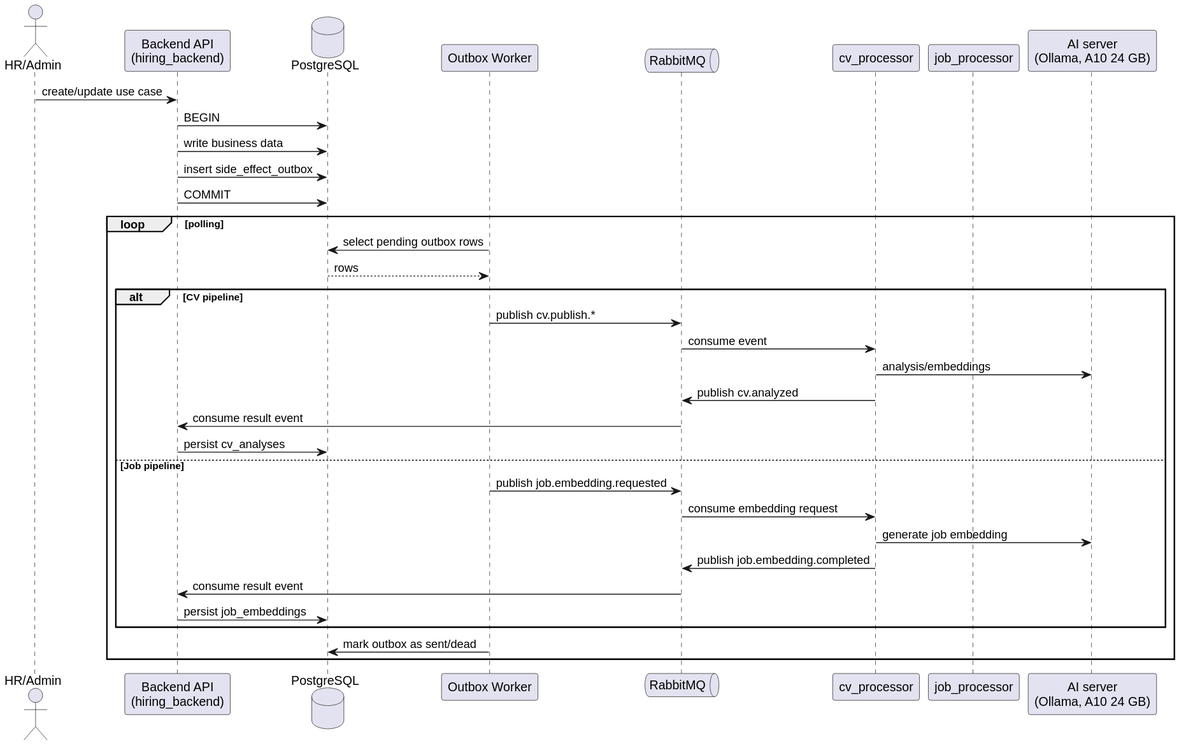
Earlier version of the PlantUML export procesy/architecture/seq-outbox-rabbitmq-ai.svg (pavelvachaaa/diploma-thesis). Its diagram source:
```plantuml
@startuml
skinparam backgroundColor white
skinparam shadowing false
skinparam defaultFontName Arial

actor "HR/Admin" as user
participant "Backend API\n(hiring_backend)" as api
database "PostgreSQL" as db
participant "Outbox Worker" as worker
queue "RabbitMQ" as mq
participant "cv_processor" as cv
participant "job_processor" as job
participant "AI server\n(Ollama, A10 24 GB)" as ollama

user -> api: create/update use case
api -> db: BEGIN
api -> db: write business data
api -> db: insert side_effect_outbox
api -> db: COMMIT

loop polling
  worker -> db: select pending outbox rows
  db --> worker: rows
  alt CV pipeline
    worker -> mq: publish cv.publish.*
    mq -> cv: consume event
    cv -> ollama: analysis/embeddings
    cv -> mq: publish cv.analyzed
    mq -> api: consume result event
    api -> db: persist cv_analyses
  else Job pipeline
    worker -> mq: publish job.embedding.requested
    mq -> cv: consume embedding request
    cv -> ollama: generate job embedding
    cv -> mq: publish job.embedding.completed
    mq -> api: consume result event
    api -> db: persist job_embeddings
  end
  worker -> db: mark outbox as sent/dead
end
@enduml
```
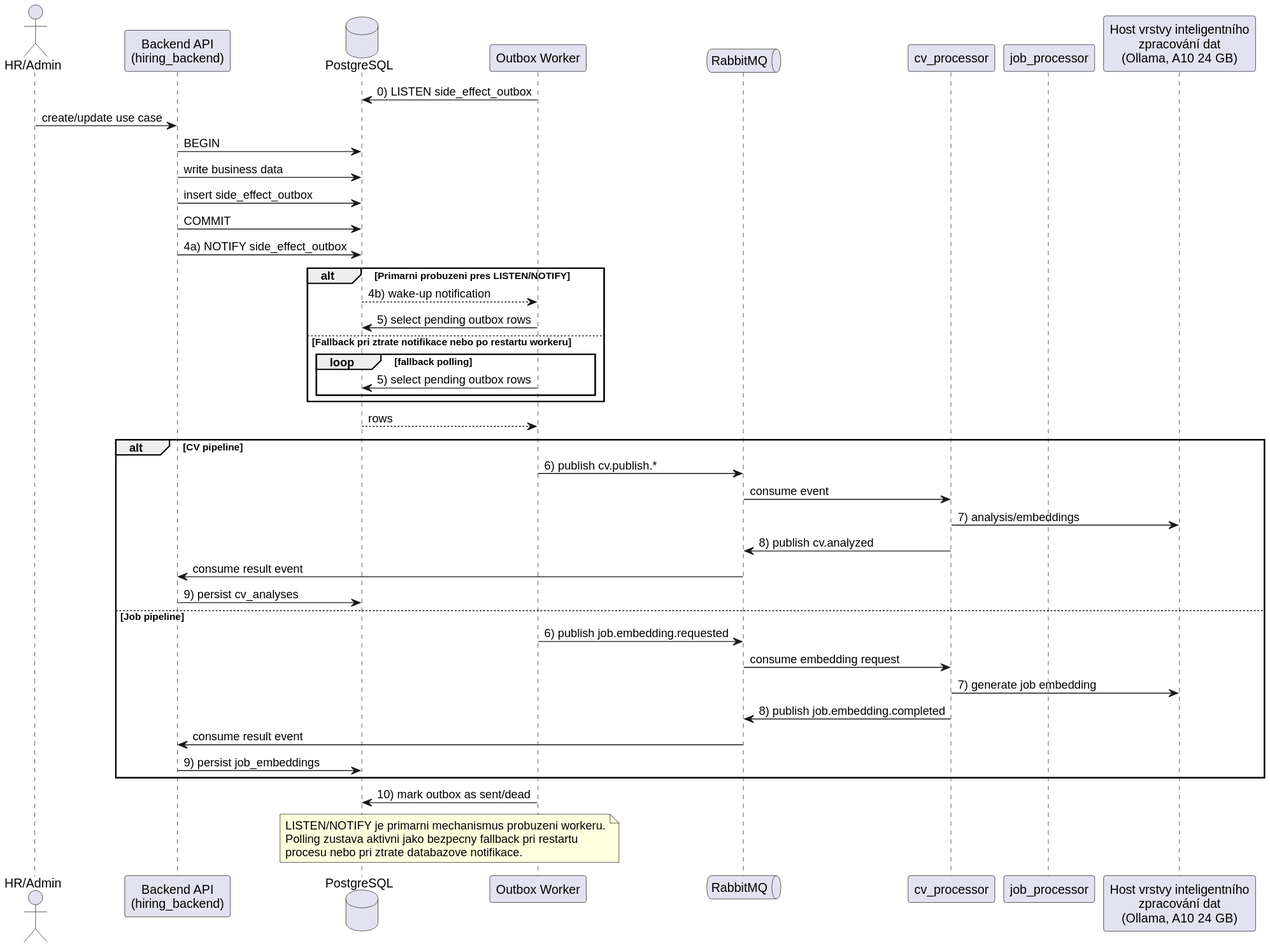
Above is the later version.

Change to the diagram source:
```diff
@@ -10,32 +10,45 @@
 queue "RabbitMQ" as mq
 participant "cv_processor" as cv
 participant "job_processor" as job
-participant "AI server\n(Ollama, A10 24 GB)" as ollama
+participant "Host vrstvy inteligentního\nzpracování dat\n(Ollama, A10 24 GB)" as ollama
 
+worker -> db: 0) LISTEN side_effect_outbox
 user -> api: create/update use case
 api -> db: BEGIN
 api -> db: write business data
 api -> db: insert side_effect_outbox
 api -> db: COMMIT
+api -> db: 4a) NOTIFY side_effect_outbox
 
-loop polling
-  worker -> db: select pending outbox rows
+alt Primarni probuzeni pres LISTEN/NOTIFY
+  db --> worker: 4b) wake-up notification
+  worker -> db: 5) select pending outbox rows
+else Fallback pri ztrate notifikace nebo po restartu workeru
+  loop fallback polling
+    worker -> db: 5) select pending outbox rows
+  end
+end
   db --> worker: rows
   alt CV pipeline
-    worker -> mq: publish cv.publish.*
+    worker -> mq: 6) publish cv.publish.*
     mq -> cv: consume event
-    cv -> ollama: analysis/embeddings
-    cv -> mq: publish cv.analyzed
+    cv -> ollama: 7) analysis/embeddings
+    cv -> mq: 8) publish cv.analyzed
     mq -> api: consume result event
-    api -> db: persist cv_analyses
+    api -> db: 9) persist cv_analyses
   else Job pipeline
-    worker -> mq: publish job.embedding.requested
+    worker -> mq: 6) publish job.embedding.requested
     mq -> cv: consume embedding request
-    cv -> ollama: generate job embedding
-    cv -> mq: publish job.embedding.completed
+    cv -> ollama: 7) generate job embedding
+    cv -> mq: 8) publish job.embedding.completed
     mq -> api: consume result event
-    api -> db: persist job_embeddings
+    api -> db: 9) persist job_embeddings
   end
-  worker -> db: mark outbox as sent/dead
-end
+  worker -> db: 10) mark outbox as sent/dead
+
+note over worker, db
+LISTEN/NOTIFY je primarni mechanismus probuzeni workeru.
+Polling zustava aktivni jako bezpecny fallback pri restartu
+procesu nebo pri ztrate databazove notifikace.
+end note
 @enduml
```
